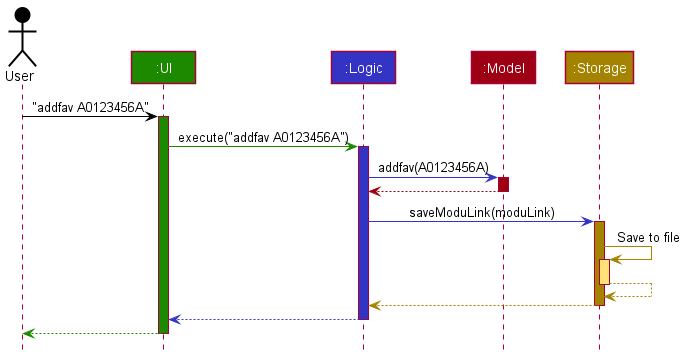
Earlier version of the PlantUML export docs/images/ArchitectureSequenceDiagram.png (nus-cs2103-AY2122S1/tp).
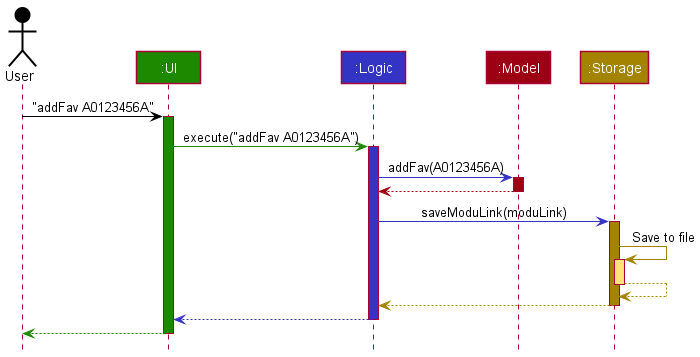
Later version of the same file.

What changed in the source:
```diff
@@ -7,13 +7,13 @@
 Participant ":Model" as model MODEL_COLOR
 Participant ":Storage" as storage STORAGE_COLOR
 
-user -[USER_COLOR]> ui : "addfav A0123456A"
+user -[USER_COLOR]> ui : "addFav A0123456A"
 activate ui UI_COLOR
 
-ui -[UI_COLOR]> logic : execute("addfav A0123456A")
+ui -[UI_COLOR]> logic : execute("addFav A0123456A")
 activate logic LOGIC_COLOR
 
-logic -[LOGIC_COLOR]> model : addfav(A0123456A)
+logic -[LOGIC_COLOR]> model : addFav(A0123456A)
 activate model MODEL_COLOR
 
 model -[MODEL_COLOR]-> logic
```
